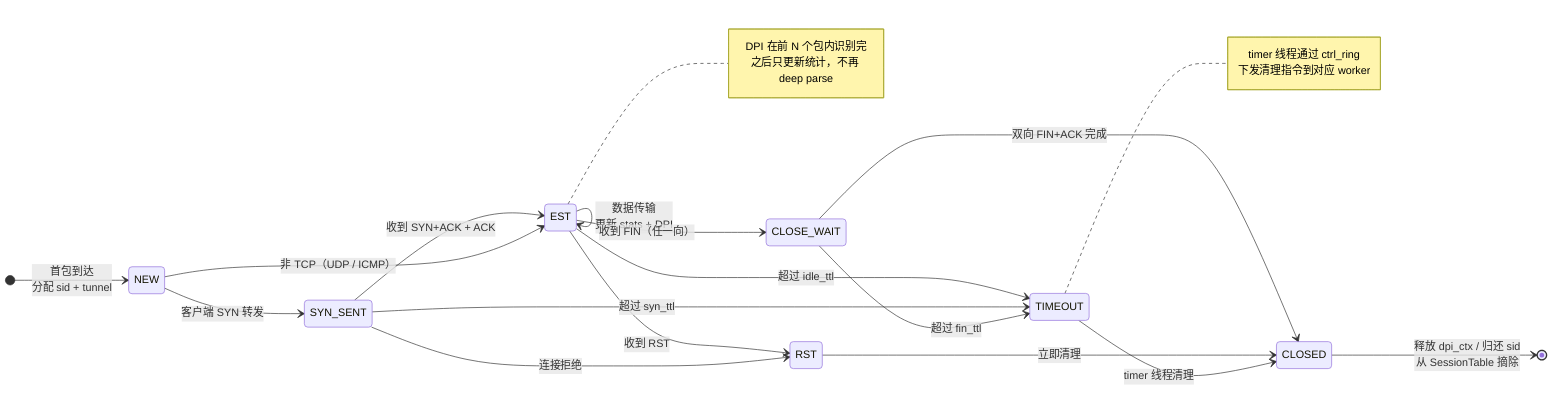
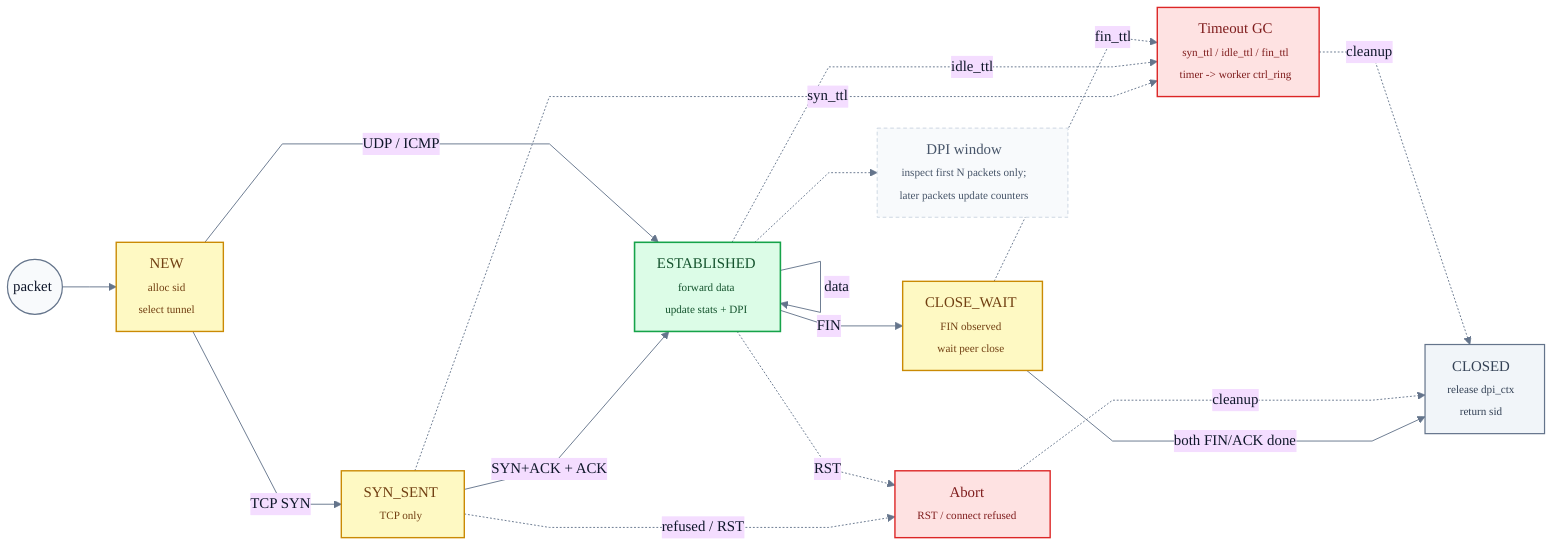
- %% pproxy 会话状态机
- %% 适用 TCP；UDP/ICMP 仅用 NEW / EST / TIMEOUT 简化路径
- stateDiagram-v2
-     direction LR
+ %%{init: {"theme":"base","themeVariables":{"fontFamily":"Inter, ui-sans-serif, system-ui, -apple-system, BlinkMacSystemFont, Segoe UI, sans-serif","background":"#ffffff","primaryTextColor":"#0f172a","lineColor":"#64748b"},"flowchart":{"curve":"linear","htmlLabels":true,"nodeSpacing":48,"rankSpacing":58,"padding":12}}}%%
+ %% pproxy 会话生命周期
+ %% TCP 走 SYN/FIN 主路径；UDP/ICMP 从 NEW 直接进入 ESTABLISHED。
+ flowchart LR
+     classDef start fill:#f8fafc,stroke:#64748b,color:#0f172a,stroke-width:1.3px;
+     classDef wait fill:#fef9c3,stroke:#ca8a04,color:#713f12,stroke-width:1.5px;
+     classDef live fill:#dcfce7,stroke:#16a34a,color:#14532d,stroke-width:1.7px;
+     classDef stop fill:#fee2e2,stroke:#dc2626,color:#7f1d1d,stroke-width:1.5px;
+     classDef done fill:#f1f5f9,stroke:#64748b,color:#334155,stroke-width:1.3px;
+     classDef note fill:#f8fafc,stroke:#cbd5e1,color:#475569,stroke-dasharray:4 3;

-     [*] --> NEW: 首包到达<br/>分配 sid + tunnel
+     START(("packet")):::start
+     NEW["NEW<br/><span style='font-size:12px'>alloc sid<br/>select tunnel</span>"]:::wait
+     SYN["SYN_SENT<br/><span style='font-size:12px'>TCP only</span>"]:::wait
+     EST["ESTABLISHED<br/><span style='font-size:12px'>forward data<br/>update stats + DPI</span>"]:::live
+     FIN["CLOSE_WAIT<br/><span style='font-size:12px'>FIN observed<br/>wait peer close</span>"]:::wait
+     CLOSED["CLOSED<br/><span style='font-size:12px'>release dpi_ctx<br/>return sid</span>"]:::done

-     NEW --> SYN_SENT: 客户端 SYN 转发
-     SYN_SENT --> EST: 收到 SYN+ACK + ACK
-     NEW --> EST: 非 TCP（UDP / ICMP）
+     ABORT["Abort<br/><span style='font-size:12px'>RST / connect refused</span>"]:::stop
+     TIMEOUT["Timeout GC<br/><span style='font-size:12px'>syn_ttl / idle_ttl / fin_ttl<br/>timer -> worker ctrl_ring</span>"]:::stop

-     EST --> EST: 数据传输<br/>更新 stats + DPI
+     DPI_NOTE["DPI window<br/><span style='font-size:12px'>inspect first N packets only;<br/>later packets update counters</span>"]:::note

-     EST --> CLOSE_WAIT: 收到 FIN（任一向）
-     CLOSE_WAIT --> CLOSED: 双向 FIN+ACK 完成
+     START --> NEW
+     NEW -->|TCP SYN| SYN
+     SYN -->|SYN+ACK + ACK| EST
+     NEW -->|UDP / ICMP| EST
+     EST -->|data| EST
+     EST -->|FIN| FIN
+     FIN -->|both FIN/ACK done| CLOSED

-     EST --> RST: 收到 RST
-     SYN_SENT --> RST: 连接拒绝
-     RST --> CLOSED: 立即清理
+     SYN -.->|refused / RST| ABORT
+     EST -.->|RST| ABORT
+     ABORT -.->|cleanup| CLOSED

-     EST --> TIMEOUT: 超过 idle_ttl
-     SYN_SENT --> TIMEOUT: 超过 syn_ttl
-     CLOSE_WAIT --> TIMEOUT: 超过 fin_ttl
-     TIMEOUT --> CLOSED: timer 线程清理
+     SYN -.->|syn_ttl| TIMEOUT
+     EST -.->|idle_ttl| TIMEOUT
+     FIN -.->|fin_ttl| TIMEOUT
+     TIMEOUT -.->|cleanup| CLOSED

-     CLOSED --> [*]: 释放 dpi_ctx / 归还 sid<br/>从 SessionTable 摘除
- 
-     note right of EST
-       DPI 在前 N 个包内识别完
-       之后只更新统计，不再 deep parse
-     end note
- 
-     note right of TIMEOUT
-       timer 线程通过 ctrl_ring
-       下发清理指令到对应 worker
-     end note
+     EST -.-> DPI_NOTE
